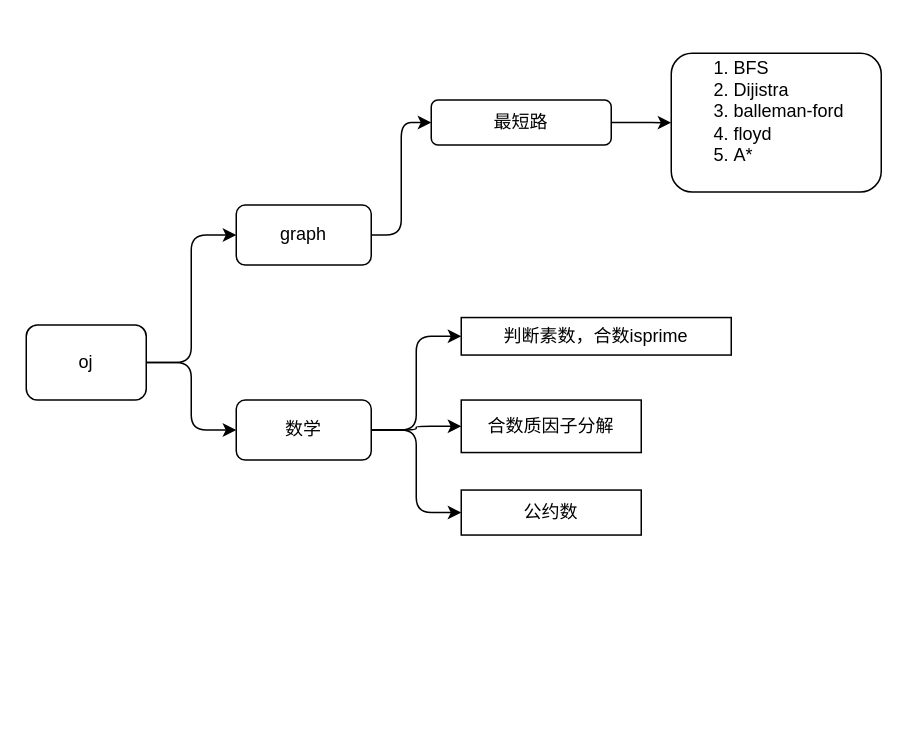
The draw.io diagram source/diagrams/leetcode.drawio in wxquare/wxquare.github.io, before the edit. Source tidied: cells renumbered, new cells numbered last; positions are measured from the earlier drawing's top-left corner, leaving out a move shared by most shapes. Both pictures are drawn from the tidied source at 150%, with x=0, y=0 at pixel (26, 52).
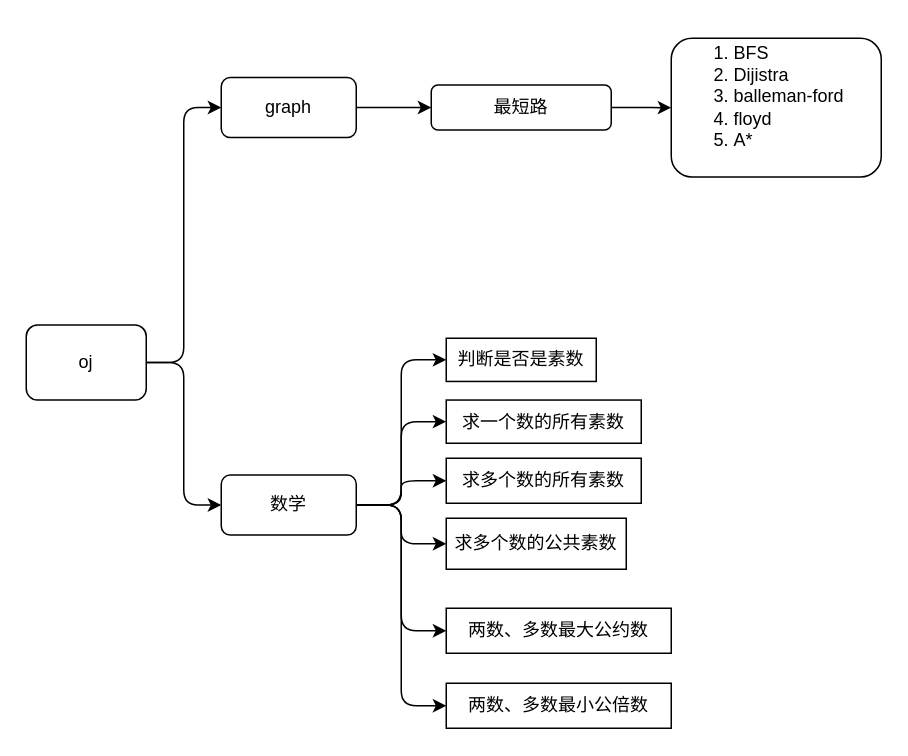
The same diagram, later.

What changed in the source:
```diff
@@
     <mxCell id="6" value="graph" style="rounded=1;whiteSpace=wrap;html=1;" parent="1" vertex="1">
-      <mxGeometry x="140" y="101.2" width="90" height="40" as="geometry" />
+      <mxGeometry x="130" y="16.2" width="90" height="40" as="geometry" />
     </mxCell>
@@
     <mxCell id="8" value="最短路" style="rounded=1;whiteSpace=wrap;html=1;" parent="1" vertex="1">
-      <mxGeometry x="270" y="31.2" width="120" height="30" as="geometry" />
+      <mxGeometry x="270" y="21.2" width="120" height="30" as="geometry" />
     </mxCell>
     <mxCell id="9" value="&lt;ol&gt;&lt;li&gt;BFS&lt;/li&gt;&lt;li&gt;Dijistra&lt;/li&gt;&lt;li&gt;balleman-ford&lt;/li&gt;&lt;li&gt;floyd&lt;/li&gt;&lt;li&gt;A*&lt;/li&gt;&lt;/ol&gt;&lt;div&gt;&lt;br&gt;&lt;/div&gt;" style="rounded=1;whiteSpace=wrap;html=1;align=left;" parent="1" vertex="1">
-      <mxGeometry x="430" width="140" height="92.5" as="geometry" />
+      <mxGeometry x="430" y="-10" width="140" height="92.5" as="geometry" />
     </mxCell>
@@
-    <mxCell id="11" style="edgeStyle=orthogonalEdgeStyle;rounded=1;jettySize=auto;html=1;exitX=1;exitY=0.5;exitDx=0;exitDy=0;" parent="1" edge="1" source="13" target="15">
-      <mxGeometry relative="1" as="geometry" />
-    </mxCell>
@@
+    <mxCell id="17" style="edgeStyle=orthogonalEdgeStyle;rounded=1;jettySize=auto;html=1;exitX=1;exitY=0.5;exitDx=0;exitDy=0;entryX=0;entryY=0.5;entryDx=0;entryDy=0;" parent="1" edge="1" source="13" target="21">
+      <mxGeometry relative="1" as="geometry" />
+    </mxCell>
+    <mxCell id="18" style="edgeStyle=orthogonalEdgeStyle;rounded=1;jettySize=auto;html=1;entryX=0;entryY=0.5;entryDx=0;entryDy=0;" parent="1" edge="1" source="13" target="22">
+      <mxGeometry relative="1" as="geometry" />
+    </mxCell>
+    <mxCell id="19" style="edgeStyle=orthogonalEdgeStyle;rounded=1;jettySize=auto;html=1;exitX=1;exitY=0.5;exitDx=0;exitDy=0;entryX=0;entryY=0.5;entryDx=0;entryDy=0;" parent="1" edge="1" source="13" target="23">
+      <mxGeometry relative="1" as="geometry" />
+    </mxCell>
+    <mxCell id="20" style="edgeStyle=orthogonalEdgeStyle;rounded=1;jettySize=auto;html=1;exitX=1;exitY=0.5;exitDx=0;exitDy=0;entryX=0;entryY=0.5;entryDx=0;entryDy=0;" parent="1" edge="1" source="13" target="24">
+      <mxGeometry relative="1" as="geometry" />
+    </mxCell>
     <mxCell id="13" value="数学" style="rounded=1;whiteSpace=wrap;html=1;" parent="1" vertex="1">
-      <mxGeometry x="140" y="231.2" width="90" height="40" as="geometry" />
+      <mxGeometry x="130" y="281.2" width="90" height="40" as="geometry" />
     </mxCell>
-    <mxCell id="14" value="判断素数，合数isprime" style="rounded=0;whiteSpace=wrap;html=1;" parent="1" vertex="1">
-      <mxGeometry x="290" y="176.2" width="180" height="25" as="geometry" />
+    <mxCell id="14" value="判断是否是素数" style="rounded=0;whiteSpace=wrap;html=1;" parent="1" vertex="1">
+      <mxGeometry x="280" y="190" width="100" height="28.8" as="geometry" />
     </mxCell>
-    <mxCell id="15" value="合数质因子分解" style="rounded=0;whiteSpace=wrap;html=1;" parent="1" vertex="1">
-      <mxGeometry x="290" y="231.2" width="120" height="35" as="geometry" />
-    </mxCell>
-    <mxCell id="16" value="公约数" style="rounded=0;whiteSpace=wrap;html=1;" parent="1" vertex="1">
-      <mxGeometry x="290" y="291.2" width="120" height="30" as="geometry" />
+    <mxCell id="16" value="两数、多数最大公约数" style="rounded=0;whiteSpace=wrap;html=1;" parent="1" vertex="1">
+      <mxGeometry x="280" y="370" width="150" height="30" as="geometry" />
     </mxCell>
+    <mxCell id="21" value="两数、多数最小公倍数" style="rounded=0;whiteSpace=wrap;html=1;" parent="1" vertex="1">
+      <mxGeometry x="280" y="420" width="150" height="30" as="geometry" />
+    </mxCell>
+    <mxCell id="22" value="求一个数的所有素数" style="rounded=0;whiteSpace=wrap;html=1;" parent="1" vertex="1">
+      <mxGeometry x="280" y="231.2" width="130" height="28.8" as="geometry" />
+    </mxCell>
+    <mxCell id="23" value="求多个数的所有素数" style="rounded=0;whiteSpace=wrap;html=1;" parent="1" vertex="1">
+      <mxGeometry x="280" y="270" width="130" height="30" as="geometry" />
+    </mxCell>
+    <mxCell id="24" value="求多个数的公共素数" style="rounded=0;whiteSpace=wrap;html=1;" parent="1" vertex="1">
+      <mxGeometry x="280" y="310" width="120" height="34" as="geometry" />
+    </mxCell>
```
